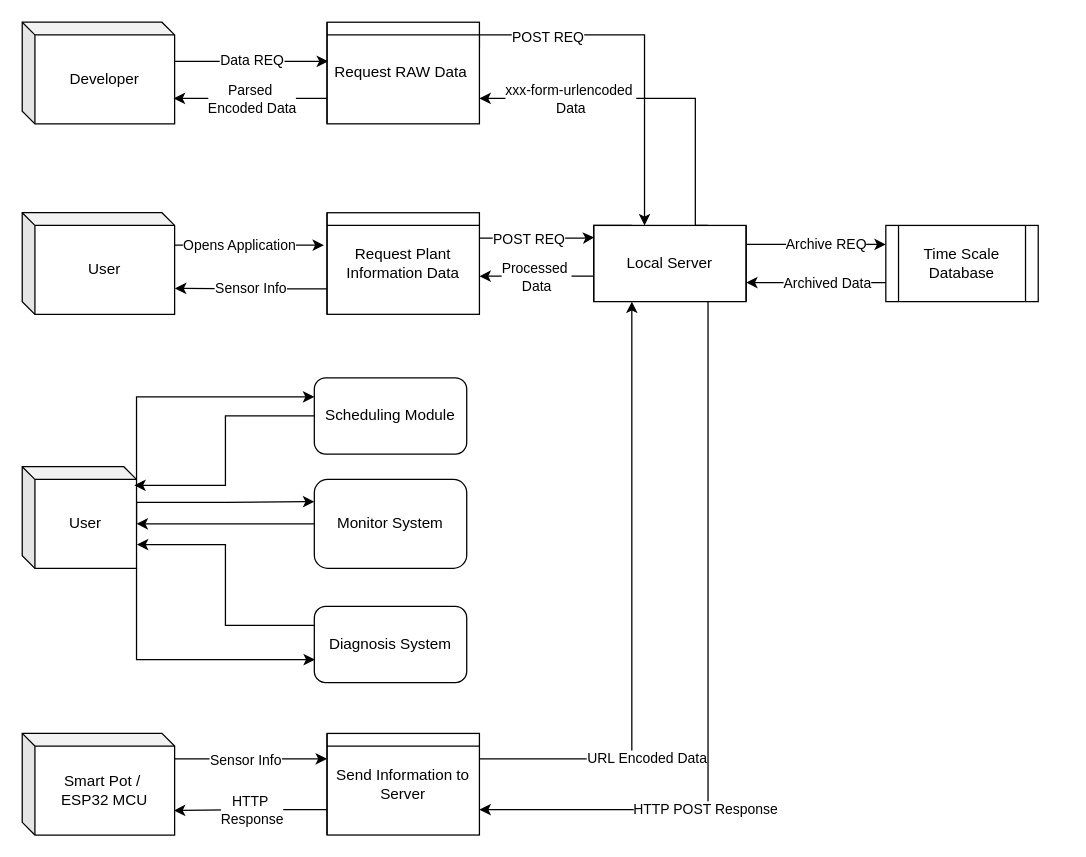
The draw.io diagram Untitled Diagram.drawio in DhominickJ/aquaterra, before the edit. Source tidied: cells renumbered, new cells numbered last; positions are measured from the earlier drawing's top-left corner, leaving out a move shared by most shapes. Both pictures are drawn from the tidied source at 127%, with x=0, y=0 at pixel (22, 22).
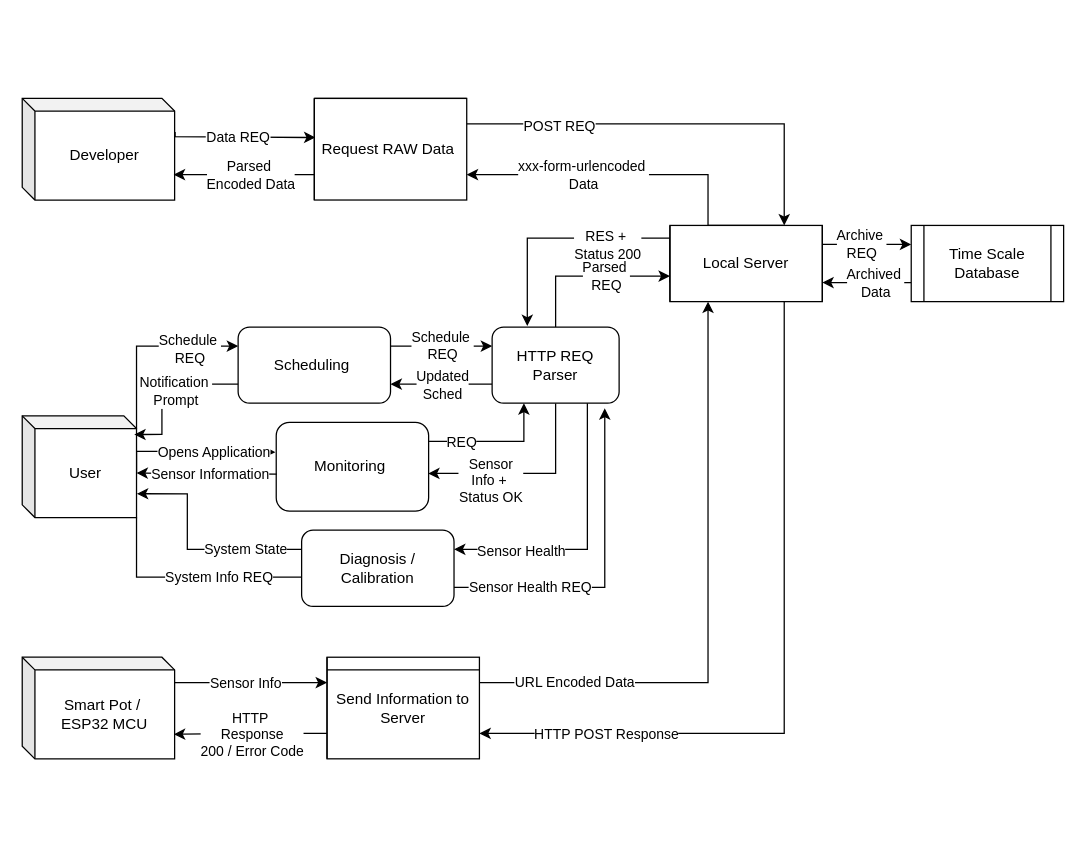
The same diagram, later.

Commit message:
Updated Final Data Diagram Structure

Unchanged cells that the change refers to:
```xml
<mxCell id="11" style="edgeStyle=orthogonalEdgeStyle;rounded=0;jettySize=auto;html=1;exitX=1;exitY=0.25;exitDx=0;exitDy=0;entryX=0.25;entryY=1;entryDx=0;entryDy=0;" parent="1" edge="1" source="13" target="24">
  <mxGeometry relative="1" as="geometry" />
</mxCell>
<mxCell id="16" style="edgeStyle=orthogonalEdgeStyle;rounded=0;jettySize=auto;html=1;exitX=1;exitY=0.25;exitDx=0;exitDy=0;entryX=0;entryY=0.25;entryDx=0;entryDy=0;" parent="1" edge="1" source="24" target="27">
  <mxGeometry relative="1" as="geometry" />
</mxCell>
<mxCell id="22" style="edgeStyle=orthogonalEdgeStyle;rounded=0;jettySize=auto;html=1;entryX=1;entryY=0.75;entryDx=0;entryDy=0;exitX=0.75;exitY=1;exitDx=0;exitDy=0;" parent="1" edge="1" source="24" target="13">
  <mxGeometry relative="1" as="geometry" />
</mxCell>
<mxCell id="25" style="edgeStyle=orthogonalEdgeStyle;rounded=0;jettySize=auto;html=1;exitX=0;exitY=0.75;exitDx=0;exitDy=0;entryX=1;entryY=0.75;entryDx=0;entryDy=0;" parent="1" edge="1" source="27" target="24">
  <mxGeometry relative="1" as="geometry" />
</mxCell>
<mxCell id="34" style="edgeStyle=orthogonalEdgeStyle;rounded=0;jettySize=auto;html=1;exitX=0;exitY=0.75;exitDx=0;exitDy=0;entryX=0.995;entryY=0.759;entryDx=0;entryDy=0;entryPerimeter=0;" parent="1" edge="1" source="13" target="10">
  <mxGeometry relative="1" as="geometry" />
</mxCell>
<mxCell id="36" style="edgeStyle=orthogonalEdgeStyle;rounded=0;jettySize=auto;html=1;exitX=0;exitY=0.75;exitDx=0;exitDy=0;entryX=0.994;entryY=0.75;entryDx=0;entryDy=0;entryPerimeter=0;" parent="1" edge="1" source="33" target="30">
  <mxGeometry relative="1" as="geometry" />
</mxCell>
```

What changed in the source:
```diff
@@
-    <mxCell id="2" style="edgeStyle=orthogonalEdgeStyle;rounded=0;jettySize=auto;html=1;entryX=-0.02;entryY=0.32;entryDx=0;entryDy=0;exitX=0.986;exitY=0.32;exitDx=0;exitDy=0;exitPerimeter=0;entryPerimeter=0;" parent="1" edge="1" source="4" target="9">
-      <mxGeometry relative="1" as="geometry" />
-    </mxCell>
-    <mxCell id="3" value="Opens Application" style="edgeLabel;html=1;align=center;verticalAlign=middle;" parent="2" vertex="1">
-      <mxGeometry x="-0.57" relative="1" as="geometry">
-        <mxPoint x="26" as="offset" />
-      </mxGeometry>
-    </mxCell>
-    <mxCell id="4" value="User" style="shape=cube;whiteSpace=wrap;html=1;boundedLbl=1;backgroundOutline=1;darkOpacity=0.05;darkOpacity2=0.1;size=10;" parent="1" vertex="1">
-      <mxGeometry y="150" width="120" height="80" as="geometry" />
-    </mxCell>
-    <mxCell id="5" style="edgeStyle=orthogonalEdgeStyle;rounded=0;jettySize=auto;html=1;exitX=1;exitY=0.25;exitDx=0;exitDy=0;entryX=0.004;entryY=0.158;entryDx=0;entryDy=0;entryPerimeter=0;" parent="1" edge="1" source="9" target="24">
-      <mxGeometry relative="1" as="geometry">
-        <Array as="points">
-          <mxPoint x="441" y="170" />
-        </Array>
-      </mxGeometry>
-    </mxCell>
-    <mxCell id="6" value="POST REQ" style="edgeLabel;html=1;align=center;verticalAlign=middle;" parent="5" vertex="1">
-      <mxGeometry x="-0.47" y="-1" relative="1" as="geometry">
-        <mxPoint x="14" y="-1" as="offset" />
-      </mxGeometry>
-    </mxCell>
-    <mxCell id="7" style="edgeStyle=orthogonalEdgeStyle;rounded=0;jettySize=auto;html=1;exitX=0;exitY=0.75;exitDx=0;exitDy=0;entryX=1.002;entryY=0.745;entryDx=0;entryDy=0;entryPerimeter=0;" parent="1" edge="1" source="9" target="4">
-      <mxGeometry relative="1" as="geometry" />
-    </mxCell>
-    <mxCell id="8" value="Sensor Info" style="edgeLabel;html=1;align=center;verticalAlign=middle;" parent="7" vertex="1">
-      <mxGeometry x="0.18" y="2" relative="1" as="geometry">
-        <mxPoint x="10" y="-2" as="offset" />
-      </mxGeometry>
-    </mxCell>
-    <mxCell id="9" value="Request Plant Information Data" style="shape=internalStorage;whiteSpace=wrap;html=1;backgroundOutline=1;dx=0;dy=10;" parent="1" vertex="1">
-      <mxGeometry x="240" y="150" width="120" height="80" as="geometry" />
-    </mxCell>
     <mxCell id="10" value="Smart Pot /&amp;nbsp;&lt;div&gt;ESP32 MCU&lt;/div&gt;" style="shape=cube;whiteSpace=wrap;html=1;boundedLbl=1;backgroundOutline=1;darkOpacity=0.05;darkOpacity2=0.1;size=10;" parent="1" vertex="1">
-      <mxGeometry y="560" width="120" height="80" as="geometry" />
+      <mxGeometry y="500" width="120" height="80" as="geometry" />
     </mxCell>
@@
     <mxCell id="12" value="URL Encoded Data" style="edgeLabel;html=1;align=center;verticalAlign=middle;" parent="11" vertex="1">
       <mxGeometry x="-0.54" y="1" relative="1" as="geometry">
-        <mxPoint x="21" as="offset" />
+        <mxPoint x="-36" as="offset" />
       </mxGeometry>
     </mxCell>
     <mxCell id="13" value="Send Information to Server" style="shape=internalStorage;whiteSpace=wrap;html=1;backgroundOutline=1;dx=0;dy=10;" parent="1" vertex="1">
-      <mxGeometry x="240" y="560" width="120" height="80" as="geometry" />
+      <mxGeometry x="240" y="500" width="120" height="80" as="geometry" />
     </mxCell>
     <mxCell id="14" style="endArrow=classic;html=1;rounded=0;entryX=0;entryY=0.25;entryDx=0;entryDy=0;" parent="1" edge="1" target="13">
       <mxGeometry relative="1" as="geometry">
-        <mxPoint x="120" y="580" as="sourcePoint" />
+        <mxPoint x="120" y="520" as="sourcePoint" />
       </mxGeometry>
     </mxCell>
@@
-    <mxCell id="17" value="Archive REQ" style="edgeLabel;html=1;align=center;verticalAlign=middle;" parent="16" vertex="1">
+    <mxCell id="17" value="Archive&amp;nbsp;&lt;div&gt;REQ&lt;/div&gt;" style="edgeLabel;html=1;align=center;verticalAlign=middle;" parent="16" vertex="1">
       <mxGeometry x="-0.23" y="1" relative="1" as="geometry">
-        <mxPoint x="20" as="offset" />
+        <mxPoint x="3" as="offset" />
       </mxGeometry>
     </mxCell>
     <mxCell id="18" style="edgeStyle=orthogonalEdgeStyle;rounded=0;jettySize=auto;html=1;entryX=1;entryY=0.75;entryDx=0;entryDy=0;exitX=0.75;exitY=0;exitDx=0;exitDy=0;" parent="1" edge="1" source="24" target="33">
       <mxGeometry relative="1" as="geometry">
         <Array as="points">
-          <mxPoint x="530" y="60" />
+          <mxPoint x="540" y="120" />
         </Array>
       </mxGeometry>
     </mxCell>
     <mxCell id="19" value="xxx-form-urlencoded&amp;nbsp;&lt;div&gt;Data&lt;/div&gt;" style="edgeLabel;html=1;align=center;verticalAlign=middle;" parent="18" vertex="1">
       <mxGeometry x="0.62" y="-1" relative="1" as="geometry">
-        <mxPoint x="18" y="1" as="offset" />
+        <mxPoint x="36" y="1" as="offset" />
       </mxGeometry>
     </mxCell>
-    <mxCell id="20" style="edgeStyle=orthogonalEdgeStyle;rounded=0;jettySize=auto;html=1;exitX=0.25;exitY=0;exitDx=0;exitDy=0;" parent="1" edge="1" source="24">
-      <mxGeometry relative="1" as="geometry">
-        <mxPoint x="360" y="200" as="targetPoint" />
-        <Array as="points">
-          <mxPoint x="450" y="200" />
-        </Array>
-      </mxGeometry>
-    </mxCell>
-    <mxCell id="21" value="Processed&amp;nbsp;&lt;div&gt;Data&lt;/div&gt;" style="edgeLabel;html=1;align=center;verticalAlign=middle;" parent="20" vertex="1">
-      <mxGeometry x="0.28" y="1" relative="1" as="geometry">
-        <mxPoint x="-14" y="-1" as="offset" />
-      </mxGeometry>
-    </mxCell>
@@
     <mxCell id="23" value="HTTP POST Response" style="edgeLabel;html=1;align=center;verticalAlign=middle;" parent="22" vertex="1">
       <mxGeometry x="0.5" y="-1" relative="1" as="geometry">
-        <mxPoint x="32" as="offset" />
+        <mxPoint x="-46" y="1" as="offset" />
       </mxGeometry>
     </mxCell>
+    <mxCell id="48" style="edgeStyle=orthogonalEdgeStyle;rounded=0;jettySize=auto;html=1;exitX=0;exitY=0.75;exitDx=0;exitDy=0;entryX=0.277;entryY=-0.013;entryDx=0;entryDy=0;entryPerimeter=0;" parent="1" edge="1" source="24" target="65">
+      <mxGeometry relative="1" as="geometry">
+        <Array as="points">
+          <mxPoint x="510" y="170" />
+          <mxPoint x="398" y="170" />
+        </Array>
+      </mxGeometry>
+    </mxCell>
+    <mxCell id="49" value="RES +&amp;nbsp;&lt;div&gt;Status 200&lt;/div&gt;" style="edgeLabel;html=1;align=center;verticalAlign=middle;" parent="48" vertex="1">
+      <mxGeometry x="-0.51" y="2" relative="1" as="geometry">
+        <mxPoint x="-32" y="3" as="offset" />
+      </mxGeometry>
+    </mxCell>
     <mxCell id="24" value="Local Server" style="shape=process;whiteSpace=wrap;html=1;backgroundOutline=1;size=0;" parent="1" vertex="1">
-      <mxGeometry x="450" y="160" width="120" height="60" as="geometry" />
+      <mxGeometry x="510" y="160" width="120" height="60" as="geometry" />
     </mxCell>
@@
-    <mxCell id="26" value="Archived Data" style="edgeLabel;html=1;align=center;verticalAlign=middle;" parent="25" vertex="1">
+    <mxCell id="26" value="Archived&amp;nbsp;&lt;div&gt;Data&lt;/div&gt;" style="edgeLabel;html=1;align=center;verticalAlign=middle;" parent="25" vertex="1">
       <mxGeometry x="0.26" relative="1" as="geometry">
-        <mxPoint x="22" as="offset" />
+        <mxPoint x="15" as="offset" />
       </mxGeometry>
     </mxCell>
     <mxCell id="27" value="Time Scale Database" style="shape=process;whiteSpace=wrap;html=1;backgroundOutline=1;size=0.08333333333333333;" parent="1" vertex="1">
-      <mxGeometry x="680" y="160" width="120" height="60" as="geometry" />
+      <mxGeometry x="700" y="160" width="120" height="60" as="geometry" />
     </mxCell>
-    <mxCell id="28" style="edgeStyle=orthogonalEdgeStyle;rounded=0;jettySize=auto;html=1;exitX=0.994;exitY=0.314;exitDx=0;exitDy=0;exitPerimeter=0;entryX=0.007;entryY=0.385;entryDx=0;entryDy=0;entryPerimeter=0;" parent="1" edge="1" target="33">
+    <mxCell id="28" style="edgeStyle=orthogonalEdgeStyle;rounded=0;jettySize=auto;html=1;exitX=1.003;exitY=0.33;exitDx=0;exitDy=0;exitPerimeter=0;entryX=0.007;entryY=0.385;entryDx=0;entryDy=0;entryPerimeter=0;" parent="1" edge="1" source="30" target="33">
       <mxGeometry relative="1" as="geometry">
-        <mxPoint x="120" y="30" as="sourcePoint" />
         <Array as="points">
-          <mxPoint x="241" y="31" />
+          <mxPoint x="110" y="90" />
+          <mxPoint x="231" y="90" />
         </Array>
       </mxGeometry>
     </mxCell>
     <mxCell id="29" value="Data REQ" style="edgeLabel;html=1;align=center;verticalAlign=middle;" parent="28" vertex="1">
       <mxGeometry x="-0.61" y="1" relative="1" as="geometry">
-        <mxPoint x="36" as="offset" />
+        <mxPoint x="47" y="1" as="offset" />
       </mxGeometry>
     </mxCell>
     <mxCell id="30" value="Developer" style="shape=cube;whiteSpace=wrap;html=1;boundedLbl=1;backgroundOutline=1;darkOpacity=0.05;darkOpacity2=0.1;size=10;" parent="1" vertex="1">
-      <mxGeometry width="120" height="80" as="geometry" />
+      <mxGeometry y="60" width="120" height="80" as="geometry" />
     </mxCell>
-    <mxCell id="31" style="edgeStyle=orthogonalEdgeStyle;rounded=0;jettySize=auto;html=1;exitX=1;exitY=0.25;exitDx=0;exitDy=0;" parent="1" edge="1" source="33">
+    <mxCell id="31" style="edgeStyle=orthogonalEdgeStyle;rounded=0;jettySize=auto;html=1;exitX=1;exitY=0.25;exitDx=0;exitDy=0;entryX=0.75;entryY=0;entryDx=0;entryDy=0;" parent="1" edge="1" source="33" target="24">
       <mxGeometry relative="1" as="geometry">
-        <mxPoint x="490" y="160" as="targetPoint" />
         <Array as="points">
-          <mxPoint x="360" y="10" />
-          <mxPoint x="490" y="10" />
+          <mxPoint x="600" y="80" />
         </Array>
       </mxGeometry>
     </mxCell>
@@
-    <mxCell id="33" value="Request RAW Data&amp;nbsp;" style="shape=internalStorage;whiteSpace=wrap;html=1;backgroundOutline=1;dx=0;dy=10;" parent="1" vertex="1">
-      <mxGeometry x="240" width="120" height="80" as="geometry" />
+    <mxCell id="33" value="Request RAW Data&amp;nbsp;" style="shape=internalStorage;whiteSpace=wrap;html=1;backgroundOutline=1;dx=0;dy=0;" parent="1" vertex="1">
+      <mxGeometry x="230" y="60" width="120" height="80" as="geometry" />
     </mxCell>
@@
-    <mxCell id="35" value="HTTP&amp;nbsp;&lt;div&gt;Response&lt;/div&gt;" style="edgeLabel;html=1;align=center;verticalAlign=middle;" parent="34" vertex="1">
+    <mxCell id="35" value="HTTP&amp;nbsp;&lt;div&gt;Response&lt;/div&gt;&lt;div&gt;200 / Error Code&lt;/div&gt;" style="edgeLabel;html=1;align=center;verticalAlign=middle;" parent="34" vertex="1">
       <mxGeometry x="0.32" relative="1" as="geometry">
         <mxPoint x="20" as="offset" />
       </mxGeometry>
     </mxCell>
@@
     <mxCell id="37" value="Parsed&amp;nbsp;&lt;div&gt;Encoded Data&lt;/div&gt;" style="edgeLabel;html=1;align=center;verticalAlign=middle;" parent="36" vertex="1">
       <mxGeometry x="0.42" relative="1" as="geometry">
-        <mxPoint x="26" as="offset" />
+        <mxPoint x="28" as="offset" />
       </mxGeometry>
     </mxCell>
     <mxCell id="38" style="edgeStyle=orthogonalEdgeStyle;rounded=0;jettySize=auto;html=1;exitX=0;exitY=0;exitDx=90;exitDy=10;exitPerimeter=0;entryX=0;entryY=0.25;entryDx=0;entryDy=0;" parent="1" edge="1" source="41" target="42">
       <mxGeometry relative="1" as="geometry">
         <Array as="points">
-          <mxPoint x="90" y="295" />
+          <mxPoint x="90" y="255" />
         </Array>
       </mxGeometry>
     </mxCell>
+    <mxCell id="50" value="Schedule&amp;nbsp;&lt;div&gt;REQ&lt;/div&gt;" style="edgeLabel;html=1;align=center;verticalAlign=middle;" parent="38" vertex="1">
+      <mxGeometry x="-0.01" y="-2" relative="1" as="geometry">
+        <mxPoint x="34" as="offset" />
+      </mxGeometry>
+    </mxCell>
-    <mxCell id="39" style="edgeStyle=orthogonalEdgeStyle;rounded=0;jettySize=auto;html=1;exitX=0;exitY=0;exitDx=90;exitDy=45;exitPerimeter=0;entryX=0;entryY=0.25;entryDx=0;entryDy=0;" parent="1" edge="1" source="41" target="43">
+    <mxCell id="39" style="edgeStyle=orthogonalEdgeStyle;rounded=0;jettySize=auto;html=1;exitX=0;exitY=0;exitDx=90;exitDy=45;exitPerimeter=0;entryX=-0.005;entryY=0.336;entryDx=0;entryDy=0;entryPerimeter=0;" parent="1" edge="1" source="41" target="43">
       <mxGeometry relative="1" as="geometry">
         <Array as="points">
-          <mxPoint x="90" y="378" />
-          <mxPoint x="160" y="378" />
+          <mxPoint x="90" y="338" />
+          <mxPoint x="160" y="338" />
         </Array>
       </mxGeometry>
     </mxCell>
+    <mxCell id="3" value="Opens Application" style="edgeLabel;html=1;align=center;verticalAlign=middle;" parent="39" vertex="1">
+      <mxGeometry x="-0.28" relative="1" as="geometry">
+        <mxPoint x="31" as="offset" />
+      </mxGeometry>
+    </mxCell>
-    <mxCell id="40" style="edgeStyle=orthogonalEdgeStyle;rounded=0;jettySize=auto;html=1;exitX=1;exitY=1;exitDx=0;exitDy=0;exitPerimeter=0;entryX=0.004;entryY=0.698;entryDx=0;entryDy=0;entryPerimeter=0;" parent="1" edge="1" source="41" target="44">
+    <mxCell id="40" style="edgeStyle=orthogonalEdgeStyle;rounded=0;jettySize=auto;html=1;exitX=1;exitY=1;exitDx=0;exitDy=0;exitPerimeter=0;entryX=-0.004;entryY=0.619;entryDx=0;entryDy=0;entryPerimeter=0;" parent="1" edge="1" source="41" target="44">
       <mxGeometry relative="1" as="geometry">
         <Array as="points">
-          <mxPoint x="90" y="502" />
+          <mxPoint x="90" y="437" />
+          <mxPoint x="230" y="437" />
         </Array>
       </mxGeometry>
     </mxCell>
+    <mxCell id="51" value="System Info REQ" style="edgeLabel;html=1;align=center;verticalAlign=middle;" parent="40" vertex="1">
+      <mxGeometry x="-0.15" y="1" relative="1" as="geometry">
+        <mxPoint x="27" as="offset" />
+      </mxGeometry>
+    </mxCell>
     <mxCell id="41" value="User" style="shape=cube;whiteSpace=wrap;html=1;boundedLbl=1;backgroundOutline=1;darkOpacity=0.05;darkOpacity2=0.1;size=10;" parent="1" vertex="1">
-      <mxGeometry y="350" width="90" height="80" as="geometry" />
+      <mxGeometry y="310" width="90" height="80" as="geometry" />
     </mxCell>
+    <mxCell id="52" style="edgeStyle=orthogonalEdgeStyle;rounded=0;jettySize=auto;html=1;exitX=1;exitY=0.25;exitDx=0;exitDy=0;entryX=0;entryY=0.25;entryDx=0;entryDy=0;" parent="1" edge="1" source="42" target="65">
+      <mxGeometry relative="1" as="geometry" />
+    </mxCell>
+    <mxCell id="53" value="Schedule&amp;nbsp;&lt;div&gt;REQ&lt;/div&gt;" style="edgeLabel;html=1;align=center;verticalAlign=middle;" parent="52" vertex="1">
+      <mxGeometry x="-0.44" y="1" relative="1" as="geometry">
+        <mxPoint x="18" as="offset" />
+      </mxGeometry>
+    </mxCell>
-    <mxCell id="42" value="Scheduling Module" style="rounded=1;whiteSpace=wrap;html=1;" parent="1" vertex="1">
-      <mxGeometry x="230" y="280" width="120" height="60" as="geometry" />
+    <mxCell id="42" value="Scheduling&amp;nbsp;" style="rounded=1;whiteSpace=wrap;html=1;" parent="1" vertex="1">
+      <mxGeometry x="170" y="240" width="120" height="60" as="geometry" />
     </mxCell>
+    <mxCell id="54" style="edgeStyle=orthogonalEdgeStyle;rounded=0;jettySize=auto;html=1;exitX=1.003;exitY=0.214;exitDx=0;exitDy=0;entryX=0.25;entryY=1;entryDx=0;entryDy=0;exitPerimeter=0;" parent="1" edge="1" source="43" target="65">
+      <mxGeometry relative="1" as="geometry" />
+    </mxCell>
+    <mxCell id="55" value="REQ" style="edgeLabel;html=1;align=center;verticalAlign=middle;" parent="54" vertex="1">
+      <mxGeometry x="-0.62" y="-1" relative="1" as="geometry">
+        <mxPoint x="5" as="offset" />
+      </mxGeometry>
+    </mxCell>
-    <mxCell id="43" value="Monitor System" style="rounded=1;whiteSpace=wrap;html=1;" parent="1" vertex="1">
-      <mxGeometry x="230" y="360" width="120" height="70" as="geometry" />
+    <mxCell id="43" value="Monitoring&amp;nbsp;" style="rounded=1;whiteSpace=wrap;html=1;" parent="1" vertex="1">
+      <mxGeometry x="200" y="315" width="120" height="70" as="geometry" />
     </mxCell>
-    <mxCell id="44" value="Diagnosis System" style="rounded=1;whiteSpace=wrap;html=1;" parent="1" vertex="1">
-      <mxGeometry x="230" y="460" width="120" height="60" as="geometry" />
+    <mxCell id="44" value="Diagnosis / Calibration" style="rounded=1;whiteSpace=wrap;html=1;" parent="1" vertex="1">
+      <mxGeometry x="220" y="400" width="120" height="60" as="geometry" />
     </mxCell>
-    <mxCell id="45" style="edgeStyle=orthogonalEdgeStyle;rounded=0;jettySize=auto;html=1;exitX=0;exitY=0.5;exitDx=0;exitDy=0;entryX=0.98;entryY=0.183;entryDx=0;entryDy=0;entryPerimeter=0;" parent="1" edge="1" source="42" target="41">
+    <mxCell id="45" style="edgeStyle=orthogonalEdgeStyle;rounded=0;jettySize=auto;html=1;exitX=0;exitY=0.75;exitDx=0;exitDy=0;entryX=0.98;entryY=0.183;entryDx=0;entryDy=0;entryPerimeter=0;" parent="1" edge="1" source="42" target="41">
       <mxGeometry relative="1" as="geometry">
         <Array as="points">
-          <mxPoint x="160" y="310" />
-          <mxPoint x="160" y="365" />
-          <mxPoint x="88" y="365" />
+          <mxPoint x="110" y="285" />
+          <mxPoint x="110" y="325" />
         </Array>
       </mxGeometry>
     </mxCell>
+    <mxCell id="56" value="Notification&amp;nbsp;&lt;div&gt;Prompt&lt;/div&gt;" style="edgeLabel;html=1;align=center;verticalAlign=middle;" parent="45" vertex="1">
+      <mxGeometry x="-0.13" relative="1" as="geometry">
+        <mxPoint x="3" y="5" as="offset" />
+      </mxGeometry>
+    </mxCell>
-    <mxCell id="46" style="edgeStyle=orthogonalEdgeStyle;rounded=0;jettySize=auto;html=1;exitX=0;exitY=0.5;exitDx=0;exitDy=0;entryX=0;entryY=0;entryDx=90;entryDy=45;entryPerimeter=0;" parent="1" edge="1" source="43" target="41">
+    <mxCell id="46" style="edgeStyle=orthogonalEdgeStyle;rounded=0;jettySize=auto;html=1;exitX=0.004;exitY=0.582;exitDx=0;exitDy=0;entryX=0;entryY=0;entryDx=90;entryDy=45;entryPerimeter=0;exitPerimeter=0;" parent="1" edge="1" source="43" target="41">
       <mxGeometry relative="1" as="geometry" />
     </mxCell>
+    <mxCell id="57" value="Sensor Information" style="edgeLabel;html=1;align=center;verticalAlign=middle;" parent="46" vertex="1">
+      <mxGeometry x="0.11" y="1" relative="1" as="geometry">
+        <mxPoint x="8" y="-1" as="offset" />
+      </mxGeometry>
+    </mxCell>
     <mxCell id="47" style="edgeStyle=orthogonalEdgeStyle;rounded=0;jettySize=auto;html=1;exitX=0;exitY=0.25;exitDx=0;exitDy=0;entryX=1.003;entryY=0.766;entryDx=0;entryDy=0;entryPerimeter=0;" parent="1" edge="1" source="44" target="41">
-      <mxGeometry relative="1" as="geometry" />
+      <mxGeometry relative="1" as="geometry">
+        <Array as="points">
+          <mxPoint x="130" y="415" />
+          <mxPoint x="130" y="371" />
+        </Array>
+      </mxGeometry>
     </mxCell>
+    <mxCell id="58" value="System State" style="edgeLabel;html=1;align=center;verticalAlign=middle;" parent="47" vertex="1">
+      <mxGeometry x="-0.02" y="-1" relative="1" as="geometry">
+        <mxPoint x="40" as="offset" />
+      </mxGeometry>
+    </mxCell>
+    <mxCell id="59" style="edgeStyle=orthogonalEdgeStyle;rounded=0;jettySize=auto;html=1;exitX=0.5;exitY=1;exitDx=0;exitDy=0;entryX=0.997;entryY=0.576;entryDx=0;entryDy=0;entryPerimeter=0;" parent="1" edge="1" source="65" target="43">
+      <mxGeometry relative="1" as="geometry" />
+    </mxCell>
+    <mxCell id="60" value="Sensor&lt;div&gt;Info +&amp;nbsp;&lt;/div&gt;&lt;div&gt;Status OK&lt;/div&gt;" style="edgeLabel;html=1;align=center;verticalAlign=middle;" parent="59" vertex="1">
+      <mxGeometry x="0.45" y="-1" relative="1" as="geometry">
+        <mxPoint x="6" y="6" as="offset" />
+      </mxGeometry>
+    </mxCell>
+    <mxCell id="61" style="edgeStyle=orthogonalEdgeStyle;rounded=0;jettySize=auto;html=1;exitX=0;exitY=0.75;exitDx=0;exitDy=0;entryX=1;entryY=0.75;entryDx=0;entryDy=0;" parent="1" edge="1" source="65" target="42">
+      <mxGeometry relative="1" as="geometry" />
+    </mxCell>
+    <mxCell id="62" value="Updated&lt;div&gt;Sched&lt;/div&gt;" style="edgeLabel;html=1;align=center;verticalAlign=middle;" parent="61" vertex="1">
+      <mxGeometry x="-0.51" relative="1" as="geometry">
+        <mxPoint x="-20" as="offset" />
+      </mxGeometry>
+    </mxCell>
+    <mxCell id="63" style="edgeStyle=orthogonalEdgeStyle;rounded=0;jettySize=auto;html=1;exitX=0.5;exitY=0;exitDx=0;exitDy=0;entryX=0;entryY=0.665;entryDx=0;entryDy=0;entryPerimeter=0;" parent="1" edge="1" source="65" target="24">
+      <mxGeometry relative="1" as="geometry">
+        <Array as="points">
+          <mxPoint x="420" y="200" />
+        </Array>
+      </mxGeometry>
+    </mxCell>
+    <mxCell id="64" value="Parsed&amp;nbsp;&lt;br&gt;REQ" style="edgeLabel;html=1;align=center;verticalAlign=middle;" parent="63" vertex="1">
+      <mxGeometry x="-0.28" y="1" relative="1" as="geometry">
+        <mxPoint x="33" y="1" as="offset" />
+      </mxGeometry>
+    </mxCell>
+    <mxCell id="65" value="HTTP REQ Parser" style="rounded=1;whiteSpace=wrap;html=1;" parent="1" vertex="1">
+      <mxGeometry x="370" y="240" width="100" height="60" as="geometry" />
+    </mxCell>
+    <mxCell id="66" style="edgeStyle=orthogonalEdgeStyle;rounded=0;jettySize=auto;html=1;exitX=0.75;exitY=1;exitDx=0;exitDy=0;entryX=1;entryY=0.25;entryDx=0;entryDy=0;" parent="1" edge="1" source="65" target="44">
+      <mxGeometry relative="1" as="geometry" />
+    </mxCell>
+    <mxCell id="67" value="Sensor Health" style="edgeLabel;html=1;align=center;verticalAlign=middle;" parent="66" vertex="1">
+      <mxGeometry x="0.7" y="1" relative="1" as="geometry">
+        <mxPoint x="19" as="offset" />
+      </mxGeometry>
+    </mxCell>
+    <mxCell id="68" style="edgeStyle=orthogonalEdgeStyle;rounded=0;jettySize=auto;html=1;exitX=1;exitY=0.75;exitDx=0;exitDy=0;entryX=0.887;entryY=1.067;entryDx=0;entryDy=0;entryPerimeter=0;" parent="1" edge="1" source="44" target="65">
+      <mxGeometry relative="1" as="geometry" />
+    </mxCell>
+    <mxCell id="69" value="Sensor Health REQ" style="edgeLabel;html=1;align=center;verticalAlign=middle;" parent="68" vertex="1">
+      <mxGeometry x="-0.72" y="1" relative="1" as="geometry">
+        <mxPoint x="23" as="offset" />
+      </mxGeometry>
+    </mxCell>
```
